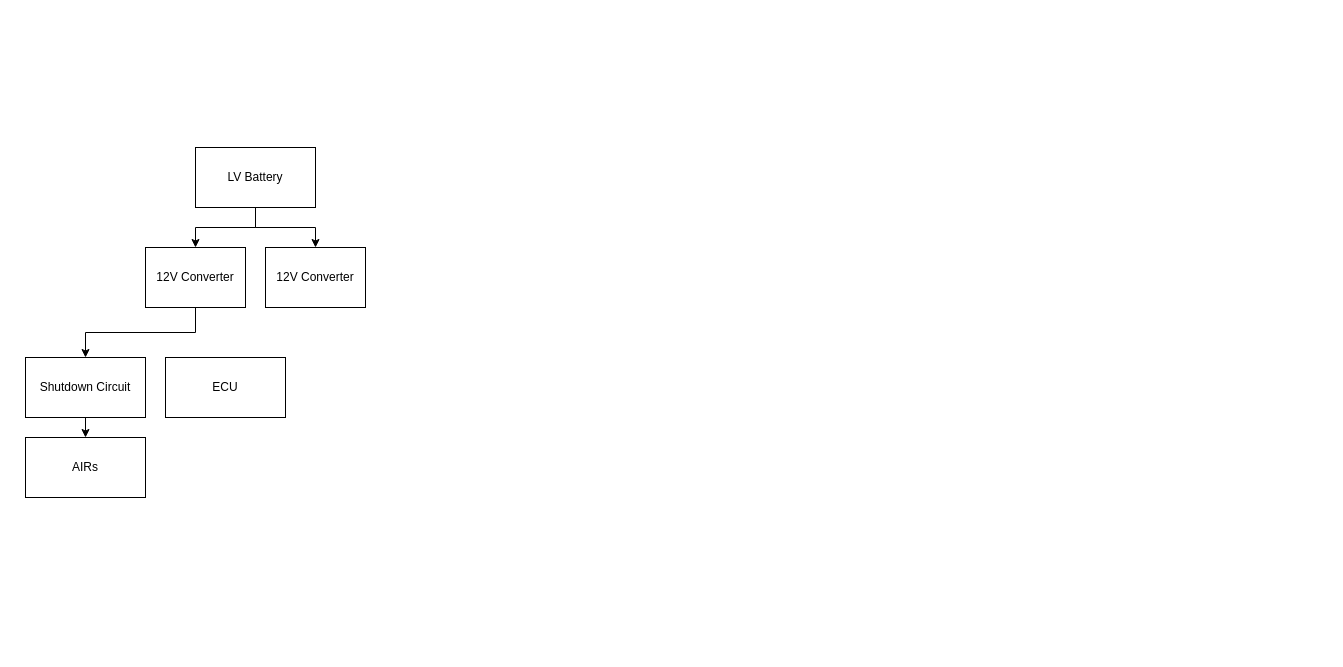
This is page "Power Connections" (1 of 5) of Diagrams/LV_Design.drawio from RensselaerMotorsport/LV, a draw.io file, before an edit. Source tidied: cells renumbered, new cells numbered last; positions are measured from the earlier drawing's top-left corner, leaving out a move shared by most shapes. Both pictures are drawn from the tidied source at 100%, with x=0, y=0 at pixel (25, 147).
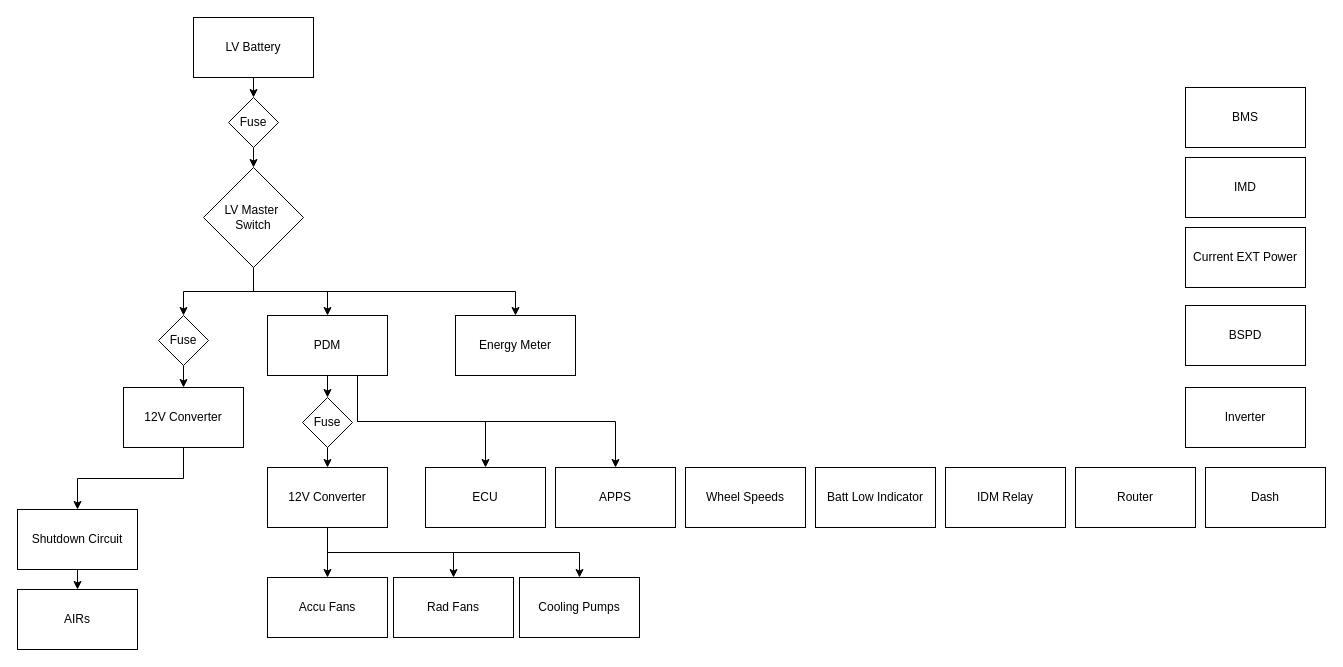
Above is the later version.

Diff of the diagram source:
```diff
@@
-    <mxCell id="2" style="edgeStyle=orthogonalEdgeStyle;rounded=0;jettySize=auto;html=1;exitX=0.5;exitY=1;exitDx=0;exitDy=0;entryX=0.5;entryY=0;entryDx=0;entryDy=0;" parent="1" edge="1" source="4" target="6">
-      <mxGeometry relative="1" as="geometry" />
-    </mxCell>
-    <mxCell id="3" style="edgeStyle=orthogonalEdgeStyle;rounded=0;jettySize=auto;html=1;exitX=0.5;exitY=1;exitDx=0;exitDy=0;entryX=0.5;entryY=0;entryDx=0;entryDy=0;" parent="1" edge="1" source="4" target="10">
-      <mxGeometry relative="1" as="geometry" />
-    </mxCell>
+    <mxCell id="12" style="edgeStyle=orthogonalEdgeStyle;rounded=0;jettySize=auto;html=1;exitX=0.5;exitY=1;exitDx=0;exitDy=0;entryX=0.5;entryY=0;entryDx=0;entryDy=0;" parent="1" edge="1" source="4" target="33">
+      <mxGeometry relative="1" as="geometry" />
+    </mxCell>
     <mxCell id="4" value="LV Battery" style="rounded=0;whiteSpace=wrap;html=1;" parent="1" vertex="1">
-      <mxGeometry x="170" width="120" height="60" as="geometry" />
+      <mxGeometry x="168" y="-130" width="120" height="60" as="geometry" />
     </mxCell>
-    <mxCell id="5" style="edgeStyle=orthogonalEdgeStyle;rounded=0;jettySize=auto;html=1;exitX=0.5;exitY=1;exitDx=0;exitDy=0;entryX=0.5;entryY=0;entryDx=0;entryDy=0;" parent="1" edge="1" source="6" target="8">
-      <mxGeometry relative="1" as="geometry" />
-    </mxCell>
-    <mxCell id="6" value="12V Converter" style="rounded=0;whiteSpace=wrap;html=1;" parent="1" vertex="1">
-      <mxGeometry x="120" y="100" width="100" height="60" as="geometry" />
-    </mxCell>
@@
     <mxCell id="8" value="Shutdown Circuit" style="rounded=0;whiteSpace=wrap;html=1;" parent="1" vertex="1">
-      <mxGeometry y="210" width="120" height="60" as="geometry" />
+      <mxGeometry x="-8" y="362" width="120" height="60" as="geometry" />
     </mxCell>
     <mxCell id="9" value="AIRs" style="rounded=0;whiteSpace=wrap;html=1;" parent="1" vertex="1">
-      <mxGeometry y="290" width="120" height="60" as="geometry" />
+      <mxGeometry x="-8" y="442" width="120" height="60" as="geometry" />
     </mxCell>
-    <mxCell id="10" value="12V Converter" style="rounded=0;whiteSpace=wrap;html=1;" parent="1" vertex="1">
-      <mxGeometry x="240" y="100" width="100" height="60" as="geometry" />
-    </mxCell>
+    <mxCell id="13" style="edgeStyle=orthogonalEdgeStyle;rounded=0;jettySize=auto;html=1;exitX=0.5;exitY=1;exitDx=0;exitDy=0;entryX=0.5;entryY=0;entryDx=0;entryDy=0;" parent="1" edge="1" source="16" target="31">
+      <mxGeometry relative="1" as="geometry" />
+    </mxCell>
+    <mxCell id="14" style="edgeStyle=orthogonalEdgeStyle;rounded=0;jettySize=auto;html=1;exitX=0.75;exitY=1;exitDx=0;exitDy=0;entryX=0.5;entryY=0;entryDx=0;entryDy=0;" parent="1" edge="1" source="16" target="11">
+      <mxGeometry relative="1" as="geometry" />
+    </mxCell>
+    <mxCell id="15" style="edgeStyle=orthogonalEdgeStyle;rounded=0;jettySize=auto;html=1;exitX=0.75;exitY=1;exitDx=0;exitDy=0;entryX=0.5;entryY=0;entryDx=0;entryDy=0;" parent="1" edge="1" source="16" target="37">
+      <mxGeometry relative="1" as="geometry" />
+    </mxCell>
+    <mxCell id="16" value="PDM" style="rounded=0;whiteSpace=wrap;html=1;" parent="1" vertex="1">
+      <mxGeometry x="242" y="168" width="120" height="60" as="geometry" />
+    </mxCell>
+    <mxCell id="17" style="edgeStyle=orthogonalEdgeStyle;rounded=0;jettySize=auto;html=1;exitX=0.5;exitY=1;exitDx=0;exitDy=0;entryX=0.5;entryY=0;entryDx=0;entryDy=0;" parent="1" edge="1" source="20" target="16">
+      <mxGeometry relative="1" as="geometry" />
+    </mxCell>
+    <mxCell id="18" style="edgeStyle=orthogonalEdgeStyle;rounded=0;jettySize=auto;html=1;exitX=0.5;exitY=1;exitDx=0;exitDy=0;entryX=0.5;entryY=0;entryDx=0;entryDy=0;" parent="1" edge="1" source="20" target="35">
+      <mxGeometry relative="1" as="geometry" />
+    </mxCell>
+    <mxCell id="19" style="edgeStyle=orthogonalEdgeStyle;rounded=0;jettySize=auto;html=1;exitX=0.5;exitY=1;exitDx=0;exitDy=0;entryX=0.5;entryY=0;entryDx=0;entryDy=0;" parent="1" edge="1" source="20" target="36">
+      <mxGeometry relative="1" as="geometry" />
+    </mxCell>
+    <mxCell id="20" value="LV Master&amp;nbsp;&lt;div&gt;Switch&lt;/div&gt;" style="rhombus;whiteSpace=wrap;html=1;" parent="1" vertex="1">
+      <mxGeometry x="178" y="20" width="100" height="100" as="geometry" />
+    </mxCell>
+    <mxCell id="21" style="edgeStyle=orthogonalEdgeStyle;rounded=0;jettySize=auto;html=1;exitX=0.5;exitY=1;exitDx=0;exitDy=0;entryX=0.5;entryY=0;entryDx=0;entryDy=0;" parent="1" edge="1" source="22" target="8">
+      <mxGeometry relative="1" as="geometry" />
+    </mxCell>
+    <mxCell id="22" value="12V Converter" style="rounded=0;whiteSpace=wrap;html=1;" parent="1" vertex="1">
+      <mxGeometry x="98" y="240" width="120" height="60" as="geometry" />
+    </mxCell>
+    <mxCell id="23" style="edgeStyle=orthogonalEdgeStyle;rounded=0;jettySize=auto;html=1;exitX=0.5;exitY=1;exitDx=0;exitDy=0;entryX=0.5;entryY=0;entryDx=0;entryDy=0;" parent="1" edge="1" source="26" target="27">
+      <mxGeometry relative="1" as="geometry" />
+    </mxCell>
+    <mxCell id="24" style="edgeStyle=orthogonalEdgeStyle;rounded=0;jettySize=auto;html=1;exitX=0.5;exitY=1;exitDx=0;exitDy=0;entryX=0.5;entryY=0;entryDx=0;entryDy=0;" parent="1" edge="1" source="26" target="28">
+      <mxGeometry relative="1" as="geometry" />
+    </mxCell>
+    <mxCell id="25" style="edgeStyle=orthogonalEdgeStyle;rounded=0;jettySize=auto;html=1;exitX=0.5;exitY=1;exitDx=0;exitDy=0;entryX=0.5;entryY=0;entryDx=0;entryDy=0;" parent="1" edge="1" source="26" target="29">
+      <mxGeometry relative="1" as="geometry" />
+    </mxCell>
+    <mxCell id="26" value="12V Converter" style="rounded=0;whiteSpace=wrap;html=1;" parent="1" vertex="1">
+      <mxGeometry x="242" y="320" width="120" height="60" as="geometry" />
+    </mxCell>
+    <mxCell id="27" value="Accu Fans" style="rounded=0;whiteSpace=wrap;html=1;" parent="1" vertex="1">
+      <mxGeometry x="242" y="430" width="120" height="60" as="geometry" />
+    </mxCell>
+    <mxCell id="28" value="Rad Fans" style="rounded=0;whiteSpace=wrap;html=1;" parent="1" vertex="1">
+      <mxGeometry x="368" y="430" width="120" height="60" as="geometry" />
+    </mxCell>
+    <mxCell id="29" value="Cooling Pumps" style="rounded=0;whiteSpace=wrap;html=1;" parent="1" vertex="1">
+      <mxGeometry x="494" y="430" width="120" height="60" as="geometry" />
+    </mxCell>
+    <mxCell id="30" style="edgeStyle=orthogonalEdgeStyle;rounded=0;jettySize=auto;html=1;exitX=0.5;exitY=1;exitDx=0;exitDy=0;entryX=0.5;entryY=0;entryDx=0;entryDy=0;" parent="1" edge="1" source="31" target="26">
+      <mxGeometry relative="1" as="geometry" />
+    </mxCell>
+    <mxCell id="31" value="Fuse" style="rhombus;whiteSpace=wrap;html=1;" parent="1" vertex="1">
+      <mxGeometry x="277" y="250" width="50" height="50" as="geometry" />
+    </mxCell>
+    <mxCell id="32" style="edgeStyle=orthogonalEdgeStyle;rounded=0;jettySize=auto;html=1;exitX=0.5;exitY=1;exitDx=0;exitDy=0;entryX=0.5;entryY=0;entryDx=0;entryDy=0;" parent="1" edge="1" source="33" target="20">
+      <mxGeometry relative="1" as="geometry" />
+    </mxCell>
+    <mxCell id="33" value="Fuse" style="rhombus;whiteSpace=wrap;html=1;" parent="1" vertex="1">
+      <mxGeometry x="203" y="-50" width="50" height="50" as="geometry" />
+    </mxCell>
+    <mxCell id="34" style="edgeStyle=orthogonalEdgeStyle;rounded=0;jettySize=auto;html=1;exitX=0.5;exitY=1;exitDx=0;exitDy=0;entryX=0.5;entryY=0;entryDx=0;entryDy=0;" parent="1" edge="1" source="35" target="22">
+      <mxGeometry relative="1" as="geometry" />
+    </mxCell>
+    <mxCell id="35" value="Fuse" style="rhombus;whiteSpace=wrap;html=1;" parent="1" vertex="1">
+      <mxGeometry x="133" y="168" width="50" height="50" as="geometry" />
+    </mxCell>
+    <mxCell id="36" value="Energy Meter" style="rounded=0;whiteSpace=wrap;html=1;" parent="1" vertex="1">
+      <mxGeometry x="430" y="168" width="120" height="60" as="geometry" />
+    </mxCell>
     <mxCell id="11" value="ECU" style="rounded=0;whiteSpace=wrap;html=1;" parent="1" vertex="1">
-      <mxGeometry x="140" y="210" width="120" height="60" as="geometry" />
+      <mxGeometry x="400" y="320" width="120" height="60" as="geometry" />
     </mxCell>
+    <mxCell id="37" value="APPS" style="rounded=0;whiteSpace=wrap;html=1;" parent="1" vertex="1">
+      <mxGeometry x="530" y="320" width="120" height="60" as="geometry" />
+    </mxCell>
+    <mxCell id="38" value="Wheel Speeds" style="rounded=0;whiteSpace=wrap;html=1;" parent="1" vertex="1">
+      <mxGeometry x="660" y="320" width="120" height="60" as="geometry" />
+    </mxCell>
+    <mxCell id="39" value="Batt Low Indicator" style="rounded=0;whiteSpace=wrap;html=1;" parent="1" vertex="1">
+      <mxGeometry x="790" y="320" width="120" height="60" as="geometry" />
+    </mxCell>
+    <mxCell id="40" value="IDM Relay" style="rounded=0;whiteSpace=wrap;html=1;" parent="1" vertex="1">
+      <mxGeometry x="920" y="320" width="120" height="60" as="geometry" />
+    </mxCell>
+    <mxCell id="41" value="Router" style="rounded=0;whiteSpace=wrap;html=1;" parent="1" vertex="1">
+      <mxGeometry x="1050" y="320" width="120" height="60" as="geometry" />
+    </mxCell>
+    <mxCell id="42" value="Dash" style="rounded=0;whiteSpace=wrap;html=1;" parent="1" vertex="1">
+      <mxGeometry x="1180" y="320" width="120" height="60" as="geometry" />
+    </mxCell>
+    <mxCell id="43" value="Inverter" style="rounded=0;whiteSpace=wrap;html=1;" parent="1" vertex="1">
+      <mxGeometry x="1160" y="240" width="120" height="60" as="geometry" />
+    </mxCell>
+    <mxCell id="44" value="BSPD" style="rounded=0;whiteSpace=wrap;html=1;" parent="1" vertex="1">
+      <mxGeometry x="1160" y="158" width="120" height="60" as="geometry" />
+    </mxCell>
+    <mxCell id="45" value="BMS" style="rounded=0;whiteSpace=wrap;html=1;" parent="1" vertex="1">
+      <mxGeometry x="1160" y="-60" width="120" height="60" as="geometry" />
+    </mxCell>
+    <mxCell id="46" value="IMD" style="rounded=0;whiteSpace=wrap;html=1;" parent="1" vertex="1">
+      <mxGeometry x="1160" y="10" width="120" height="60" as="geometry" />
+    </mxCell>
+    <mxCell id="47" value="Current EXT Power" style="rounded=0;whiteSpace=wrap;html=1;" parent="1" vertex="1">
+      <mxGeometry x="1160" y="80" width="120" height="60" as="geometry" />
+    </mxCell>
```
